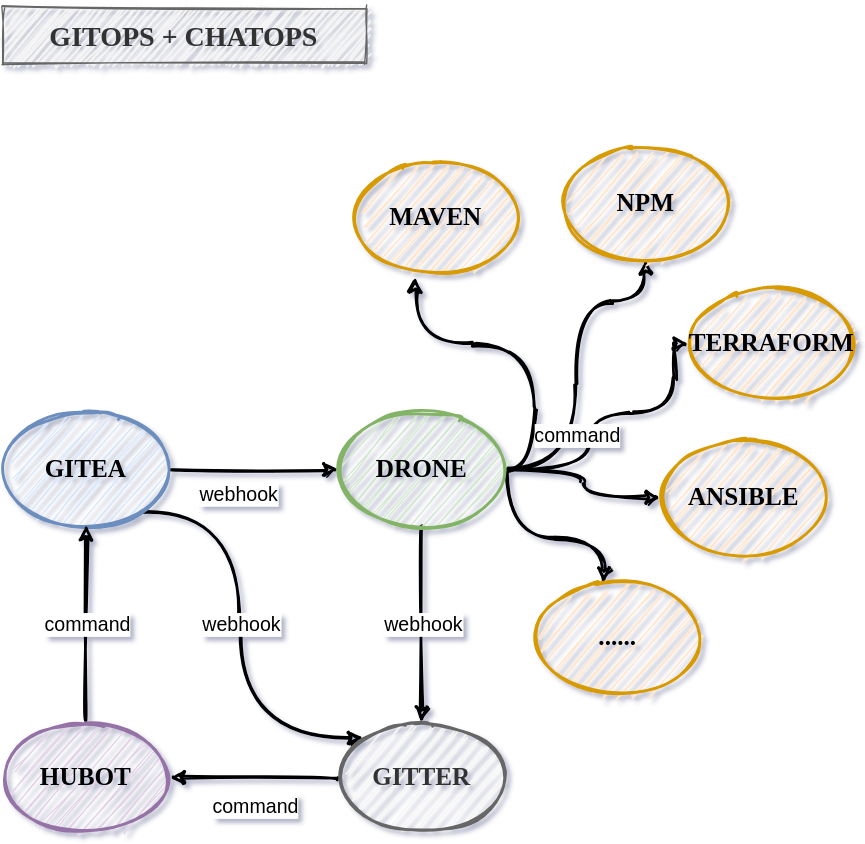
zhoukuo/blog keeps this draw.io diagram as img/gitops+chatops-2.svg. Above is the earlier version. Source tidied: cells renumbered, new cells last; positions are measured from the earlier drawing's top-left corner, leaving out a move shared by most shapes.
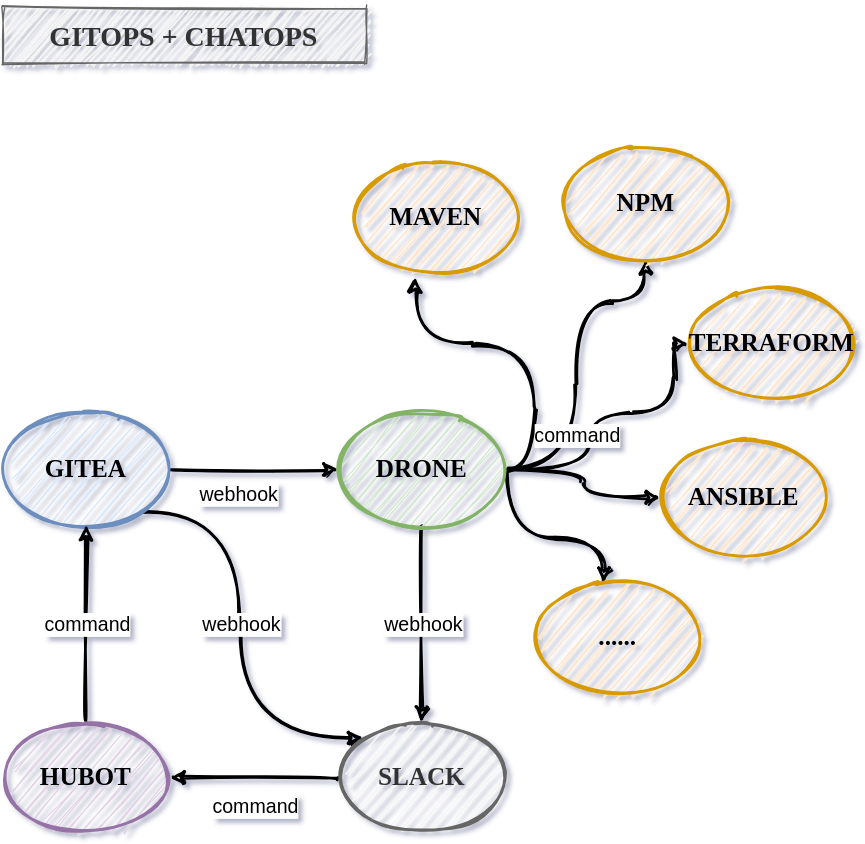
After the commit.

Change to the diagram source:
```diff
@@ -71,7 +71,7 @@
         <mxPoint x="-17" y="20" as="offset" />
       </mxGeometry>
     </mxCell>
-    <mxCell id="16" value="&lt;h2&gt;&lt;font face=&quot;Comic Sans MS&quot;&gt;GITTER&lt;/font&gt;&lt;/h2&gt;" style="ellipse;whiteSpace=wrap;html=1;sketch=1;strokeWidth=2;fillColor=#f5f5f5;strokeColor=#666666;fontColor=#333333;" parent="1" vertex="1">
+    <mxCell id="16" value="&lt;h2&gt;&lt;font face=&quot;Comic Sans MS&quot;&gt;SLACK&lt;/font&gt;&lt;/h2&gt;" style="ellipse;whiteSpace=wrap;html=1;sketch=1;strokeWidth=2;fillColor=#f5f5f5;strokeColor=#666666;fontColor=#333333;" parent="1" vertex="1">
       <mxGeometry x="240" y="510" width="120" height="80" as="geometry" />
     </mxCell>
     <mxCell id="17" style="edgeStyle=orthogonalEdgeStyle;curved=1;jettySize=auto;html=1;exitX=0.5;exitY=0;exitDx=0;exitDy=0;entryX=0.5;entryY=1;entryDx=0;entryDy=0;strokeWidth=2;sketch=1;" parent="1" edge="1" source="19" target="5">
```
